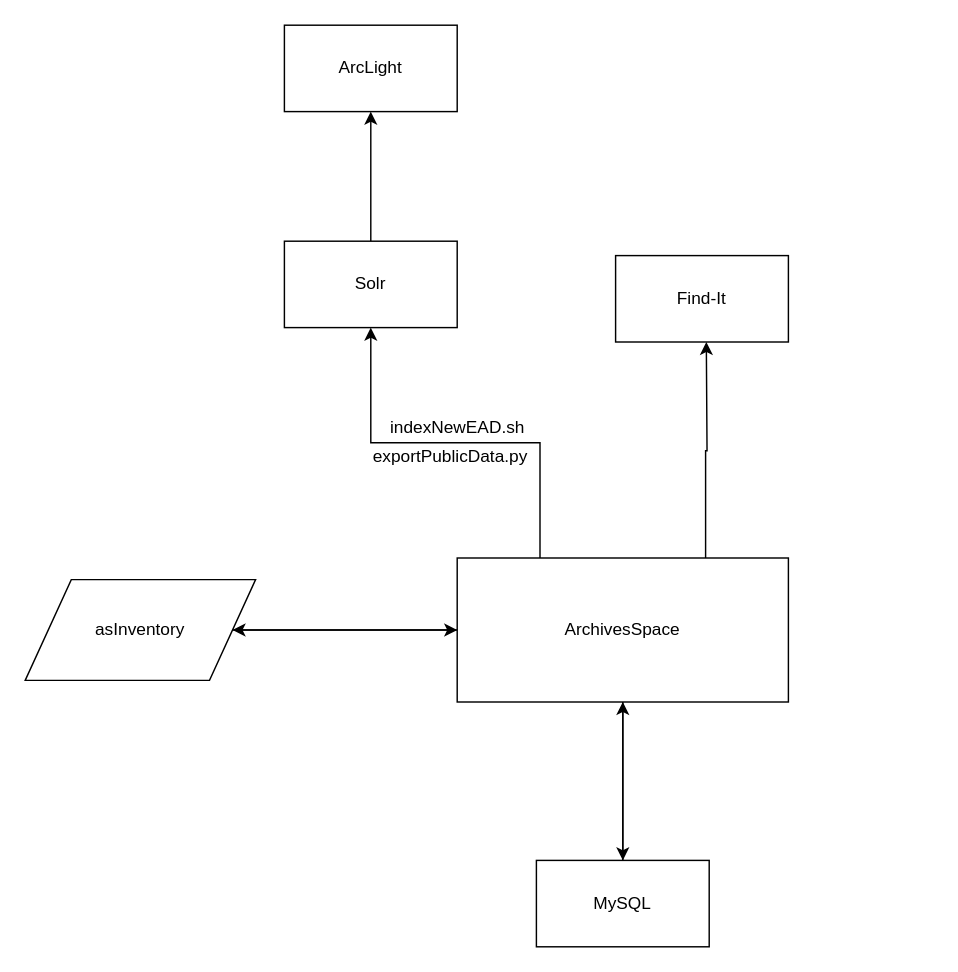
Above: ArchivesSpace.drawio in UAlbanyArchives/diagrams (draw.io), before the change. Source tidied: cells renumbered, new cells numbered last; positions are measured from the earlier drawing's top-left corner, leaving out a move shared by most shapes. Both pictures are drawn from the tidied source at 144%, with x=0, y=0 at pixel (24, 24).
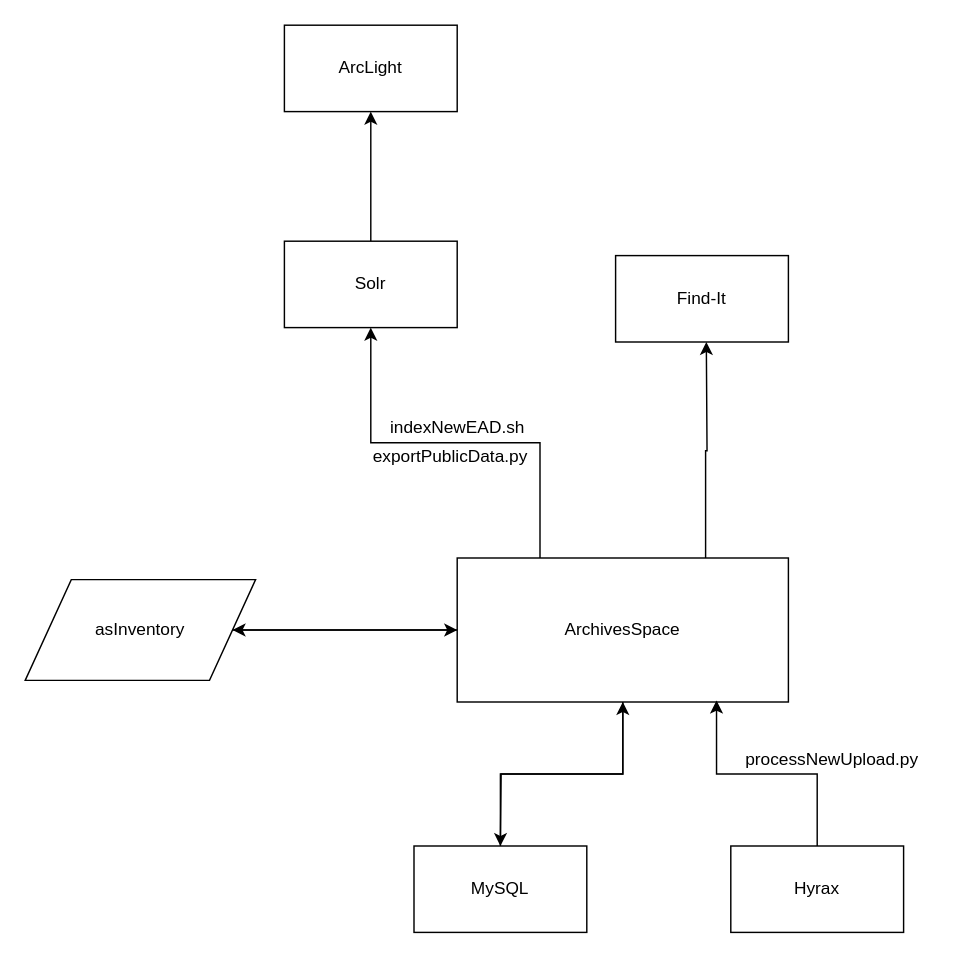
After the change.

The change refers to these unchanged cells:
```xml
<mxCell id="6" value="ArchivesSpace" style="rounded=0;whiteSpace=wrap;html=1;" parent="1" vertex="1">
  <mxGeometry x="300" y="370" width="230" height="100" as="geometry" />
</mxCell>
```

Diff of the diagram source:
```diff
@@
-    <mxCell id="4" style="edgeStyle=orthogonalEdgeStyle;rounded=0;jettySize=auto;html=1;exitX=0.5;exitY=1;exitDx=0;exitDy=0;" parent="1" edge="1" source="6">
-      <mxGeometry relative="1" as="geometry">
-        <mxPoint x="415" y="580" as="targetPoint" />
-      </mxGeometry>
-    </mxCell>
@@
+    <mxCell id="17" style="edgeStyle=orthogonalEdgeStyle;rounded=0;jettySize=auto;html=1;" parent="1" edge="1" source="6">
+      <mxGeometry relative="1" as="geometry">
+        <mxPoint x="330" y="570" as="targetPoint" />
+      </mxGeometry>
+    </mxCell>
@@
-    <mxCell id="13" style="edgeStyle=orthogonalEdgeStyle;rounded=0;jettySize=auto;html=1;" parent="1" edge="1" source="14" target="6">
+    <mxCell id="13" style="edgeStyle=orthogonalEdgeStyle;rounded=0;jettySize=auto;html=1;entryX=0.5;entryY=1;entryDx=0;entryDy=0;" parent="1" edge="1" source="14" target="6">
       <mxGeometry relative="1" as="geometry" />
     </mxCell>
     <mxCell id="14" value="MySQL" style="rounded=0;whiteSpace=wrap;html=1;" parent="1" vertex="1">
-      <mxGeometry x="355" y="580" width="120" height="60" as="geometry" />
+      <mxGeometry x="270" y="570" width="120" height="60" as="geometry" />
     </mxCell>
@@
+    <mxCell id="18" style="edgeStyle=orthogonalEdgeStyle;rounded=0;jettySize=auto;html=1;entryX=0.783;entryY=0.99;entryDx=0;entryDy=0;entryPerimeter=0;" parent="1" edge="1" source="19" target="6">
+      <mxGeometry relative="1" as="geometry" />
+    </mxCell>
+    <mxCell id="19" value="Hyrax" style="rounded=0;whiteSpace=wrap;html=1;" parent="1" vertex="1">
+      <mxGeometry x="490" y="570" width="120" height="60" as="geometry" />
+    </mxCell>
+    <mxCell id="20" value="processNewUpload.py" style="text;html=1;align=center;verticalAlign=middle;" parent="1" vertex="1">
+      <mxGeometry x="490" y="500" width="140" height="20" as="geometry" />
+    </mxCell>
```
